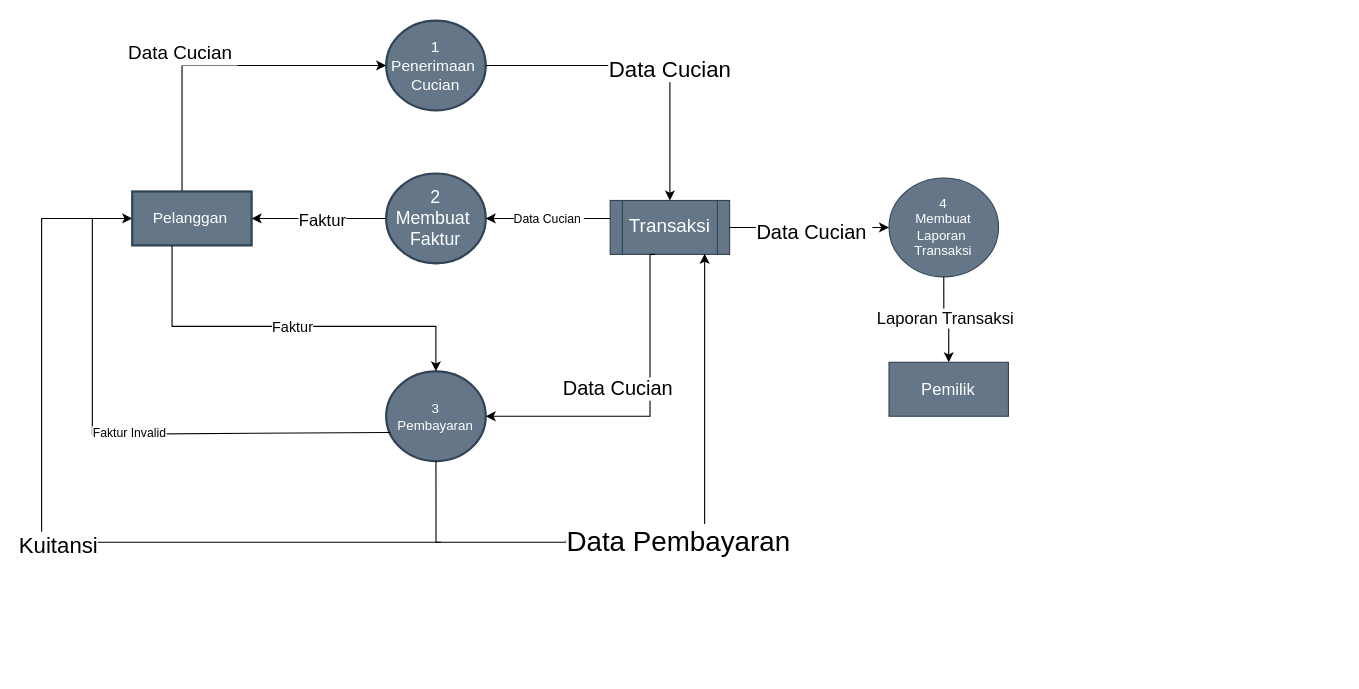
Earlier version of the draw.io diagram page "Halaman-1" (1 of 5) of Diagram Tanpa Judul.drawio (NayaRPL/78). Source tidied: cells renumbered, new cells numbered last; positions are measured from the earlier drawing's top-left corner, leaving out a move shared by most shapes. Both pictures are drawn from the tidied source at 111%, with x=0, y=0 at pixel (41, 20).
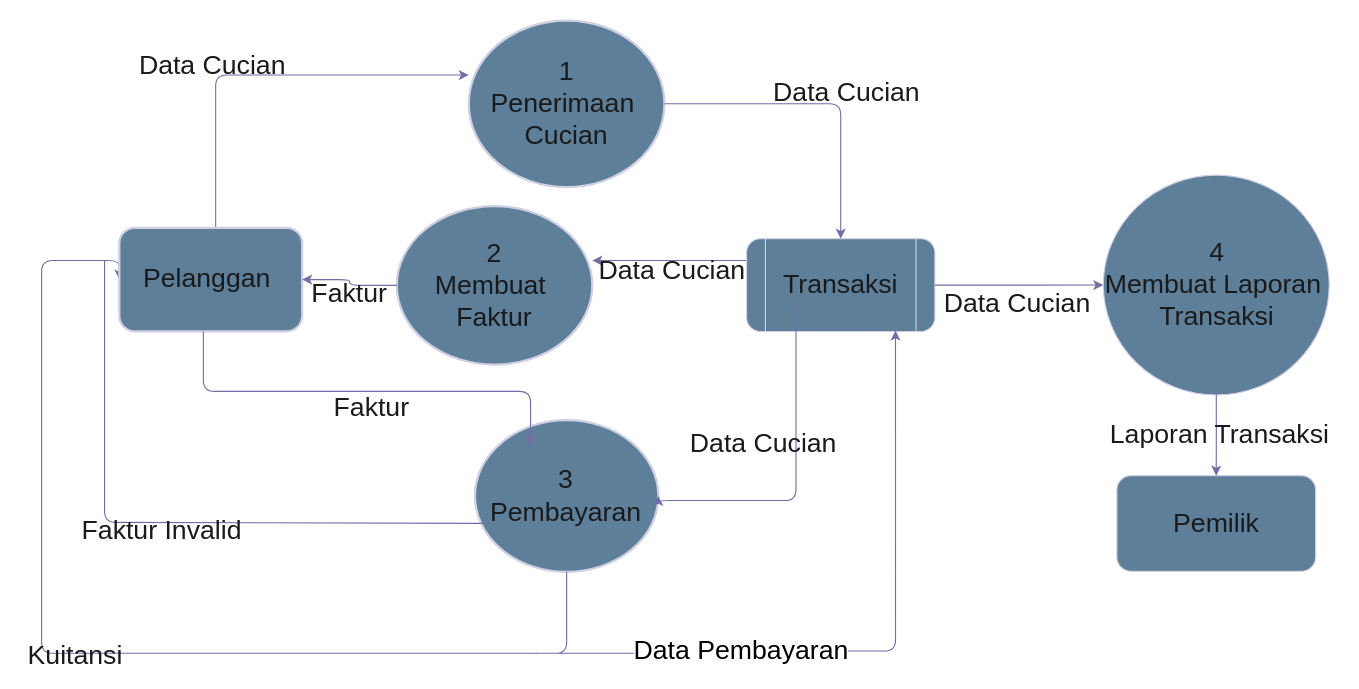
The same diagram, later.

What changed in the source:
```diff
@@
-    <mxCell id="2" style="group;" parent="1" vertex="1">
-      <mxGeometry width="871" height="470" as="geometry" />
+    <mxCell id="2" style="group;labelBackgroundColor=none;rounded=1;fontSize=24;fillColor=none;strokeWidth=6;" parent="1" vertex="1">
+      <mxGeometry width="1170" height="570" as="geometry" />
     </mxCell>
+    <mxCell id="22" value="4&lt;br style=&quot;font-size: 24px;&quot;&gt;Membuat Laporan&amp;nbsp;&lt;br style=&quot;font-size: 24px;&quot;&gt;Transaksi" style="ellipse;whiteSpace=wrap;html=1;labelBackgroundColor=none;rounded=1;fillColor=#5D7F99;strokeColor=#D0CEE2;fontColor=#1A1A1A;fontSize=24;" parent="2" vertex="1">
+      <mxGeometry x="956.5" y="139.3" width="203.5" height="198" as="geometry" />
+    </mxCell>
+    <mxCell id="25" value="&lt;font style=&quot;font-size: 24px;&quot;&gt;Pemilik&lt;/font&gt;" style="whiteSpace=wrap;html=1;labelBackgroundColor=none;rounded=1;fillColor=#5D7F99;strokeColor=#D0CEE2;fontColor=#1A1A1A;fontSize=24;" parent="2" vertex="1">
+      <mxGeometry x="968.7" y="410" width="179" height="86.2" as="geometry" />
+    </mxCell>
+    <mxCell id="32" style="group;fontSize=24;" parent="2" vertex="1">
+      <mxGeometry width="804.7" height="570" as="geometry" />
+    </mxCell>
-    <mxCell id="3" value="&lt;font style=&quot;font-size: 14px;&quot;&gt;1&lt;br&gt;Penerimaan&amp;nbsp;&lt;br&gt;Cucian&lt;/font&gt;" style="strokeWidth=2;html=1;shape=mxgraph.flowchart.start_2;whiteSpace=wrap;fillColor=#647687;fontColor=#ffffff;strokeColor=#314354;" parent="2" vertex="1">
-      <mxGeometry x="310.4" width="89.7" height="81" as="geometry" />
+    <mxCell id="3" value="&lt;font style=&quot;font-size: 24px;&quot;&gt;1&lt;br style=&quot;font-size: 24px;&quot;&gt;Penerimaan&amp;nbsp;&lt;br style=&quot;font-size: 24px;&quot;&gt;Cucian&lt;/font&gt;" style="strokeWidth=2;html=1;shape=mxgraph.flowchart.start_2;whiteSpace=wrap;labelBackgroundColor=none;rounded=1;fillColor=#5D7F99;strokeColor=#D0CEE2;fontColor=#1A1A1A;fontSize=24;" parent="32" vertex="1">
+      <mxGeometry x="384.8" width="176.3" height="150" as="geometry" />
     </mxCell>
-    <mxCell id="4" value="&lt;font style=&quot;font-size: 16px;&quot;&gt;2&lt;br&gt;Membuat&amp;nbsp;&lt;br&gt;Faktur&lt;/font&gt;" style="strokeWidth=2;html=1;shape=mxgraph.flowchart.start_2;whiteSpace=wrap;fillColor=#647687;fontColor=#ffffff;strokeColor=#314354;" parent="2" vertex="1">
-      <mxGeometry x="310.4" y="137.8" width="89.7" height="81" as="geometry" />
+    <mxCell id="4" value="&lt;font style=&quot;font-size: 24px;&quot;&gt;2&lt;br style=&quot;font-size: 24px;&quot;&gt;Membuat&amp;nbsp;&lt;br style=&quot;font-size: 24px;&quot;&gt;Faktur&lt;/font&gt;" style="strokeWidth=2;html=1;shape=mxgraph.flowchart.start_2;whiteSpace=wrap;labelBackgroundColor=none;rounded=1;fillColor=#5D7F99;strokeColor=#D0CEE2;fontColor=#1A1A1A;fontSize=24;" parent="32" vertex="1">
+      <mxGeometry x="320" y="167.1" width="176.1" height="142.9" as="geometry" />
     </mxCell>
-    <mxCell id="5" style="edgeStyle=orthogonalEdgeStyle;rounded=0;jettySize=auto;html=1;entryX=0;entryY=0.5;entryDx=0;entryDy=0;" parent="2" edge="1" target="10">
+    <mxCell id="5" style="edgeStyle=orthogonalEdgeStyle;rounded=1;jettySize=auto;html=1;entryX=0;entryY=0.5;entryDx=0;entryDy=0;labelBackgroundColor=none;fontColor=default;strokeColor=#736CA8;fontSize=24;" parent="32" edge="1" target="10">
       <mxGeometry relative="1" as="geometry">
-        <mxPoint x="359.7" y="470" as="sourcePoint" />
+        <mxPoint x="446" y="570" as="sourcePoint" />
         <Array as="points">
-          <mxPoint y="470" />
-          <mxPoint y="178.3" />
+          <mxPoint y="570" />
+          <mxPoint y="216.2" />
         </Array>
       </mxGeometry>
     </mxCell>
-    <mxCell id="6" value="&lt;font style=&quot;font-size: 20px;&quot;&gt;Kuitansi&lt;/font&gt;" style="edgeLabel;html=1;align=center;verticalAlign=middle;" parent="5" vertex="1">
+    <mxCell id="6" value="&lt;font style=&quot;font-size: 24px;&quot;&gt;Kuitansi&lt;/font&gt;" style="edgeLabel;html=1;align=center;verticalAlign=middle;labelBackgroundColor=none;rounded=1;fontColor=#1A1A1A;fontSize=24;" parent="5" vertex="1">
       <mxGeometry x="-0.06" relative="1" as="geometry">
         <mxPoint y="1" as="offset" />
       </mxGeometry>
     </mxCell>
-    <mxCell id="7" value="3&lt;br&gt;Pembayaran" style="strokeWidth=2;html=1;shape=mxgraph.flowchart.start_2;whiteSpace=wrap;fillColor=#647687;fontColor=#ffffff;strokeColor=#314354;" parent="2" vertex="1">
-      <mxGeometry x="310.4" y="316" width="89.7" height="81" as="geometry" />
+    <mxCell id="7" value="3&lt;br style=&quot;font-size: 24px;&quot;&gt;Pembayaran" style="strokeWidth=2;html=1;shape=mxgraph.flowchart.start_2;whiteSpace=wrap;labelBackgroundColor=none;rounded=1;fillColor=#5D7F99;strokeColor=#D0CEE2;fontColor=#1A1A1A;fontSize=24;" parent="32" vertex="1">
+      <mxGeometry x="390.4" y="360" width="165.2" height="136.7" as="geometry" />
     </mxCell>
-    <mxCell id="8" style="edgeStyle=orthogonalEdgeStyle;rounded=0;jettySize=auto;html=1;" parent="2" edge="1" target="3">
+    <mxCell id="8" style="edgeStyle=orthogonalEdgeStyle;rounded=1;jettySize=auto;html=1;labelBackgroundColor=none;fontColor=default;strokeColor=#736CA8;fontSize=24;" parent="32" edge="1" target="3">
       <mxGeometry relative="1" as="geometry">
-        <mxPoint x="126.5" y="154" as="sourcePoint" />
+        <mxPoint x="156.8" y="186.7" as="sourcePoint" />
         <Array as="points">
-          <mxPoint x="126.5" y="40.5" />
+          <mxPoint x="156.8" y="49.1" />
         </Array>
       </mxGeometry>
     </mxCell>
-    <mxCell id="9" value="&lt;font style=&quot;font-size: 17px;&quot;&gt;Data Cucian&amp;nbsp;&lt;/font&gt;" style="edgeLabel;html=1;align=center;verticalAlign=middle;" parent="8" vertex="1">
+    <mxCell id="9" value="&lt;font style=&quot;font-size: 24px;&quot;&gt;Data Cucian&amp;nbsp;&lt;/font&gt;" style="edgeLabel;html=1;align=center;verticalAlign=middle;labelBackgroundColor=none;rounded=1;fontColor=#1A1A1A;fontSize=24;" parent="8" vertex="1">
       <mxGeometry x="-0.4" relative="1" as="geometry">
         <mxPoint y="-36" as="offset" />
       </mxGeometry>
     </mxCell>
-    <mxCell id="10" value="&lt;font style=&quot;font-size: 14px;&quot;&gt;Pelanggan&amp;nbsp;&lt;/font&gt;" style="whiteSpace=wrap;html=1;strokeWidth=2;fillColor=#647687;fontColor=#ffffff;strokeColor=#314354;" parent="2" vertex="1">
-      <mxGeometry x="81.6" y="154" width="107.6" height="48.6" as="geometry" />
+    <mxCell id="10" value="&lt;font style=&quot;font-size: 24px;&quot;&gt;Pelanggan&amp;nbsp;&lt;/font&gt;" style="whiteSpace=wrap;html=1;strokeWidth=2;labelBackgroundColor=none;rounded=1;fillColor=#5D7F99;strokeColor=#D0CEE2;fontColor=#1A1A1A;fontSize=24;" parent="32" vertex="1">
+      <mxGeometry x="70" y="186.7" width="164.7" height="93.3" as="geometry" />
     </mxCell>
-    <mxCell id="11" style="edgeStyle=orthogonalEdgeStyle;rounded=0;jettySize=auto;html=1;" parent="2" edge="1" source="4" target="10">
+    <mxCell id="11" style="edgeStyle=orthogonalEdgeStyle;rounded=1;jettySize=auto;html=1;labelBackgroundColor=none;fontColor=default;strokeColor=#736CA8;fontSize=24;" parent="32" edge="1" source="4" target="10">
       <mxGeometry relative="1" as="geometry" />
     </mxCell>
-    <mxCell id="12" value="&lt;font style=&quot;font-size: 15px;&quot;&gt;Faktur&lt;/font&gt;" style="edgeLabel;html=1;align=center;verticalAlign=middle;" parent="11" vertex="1">
-      <mxGeometry x="-0.05" y="1" relative="1" as="geometry" />
+    <mxCell id="12" value="&lt;font style=&quot;font-size: 24px;&quot;&gt;Faktur&lt;/font&gt;" style="edgeLabel;html=1;align=center;verticalAlign=middle;labelBackgroundColor=none;rounded=1;fontColor=#1A1A1A;fontSize=24;" parent="11" vertex="1">
+      <mxGeometry x="-0.05" y="1" relative="1" as="geometry">
+        <mxPoint y="7" as="offset" />
+      </mxGeometry>
     </mxCell>
-    <mxCell id="13" style="edgeStyle=orthogonalEdgeStyle;rounded=0;jettySize=auto;html=1;fontSize=13;" parent="2" edge="1" source="10">
+    <mxCell id="13" style="edgeStyle=orthogonalEdgeStyle;rounded=1;jettySize=auto;html=1;fontSize=24;labelBackgroundColor=none;fontColor=default;strokeColor=#736CA8;" parent="32" edge="1" source="10">
       <mxGeometry relative="1" as="geometry">
-        <mxPoint x="355.2" y="316" as="targetPoint" />
+        <mxPoint x="440.5" y="383.3" as="targetPoint" />
         <Array as="points">
-          <mxPoint x="117.5" y="275.5" />
-          <mxPoint x="355.2" y="275.5" />
+          <mxPoint x="145.7" y="334.1" />
+          <mxPoint x="440.5" y="334.1" />
         </Array>
       </mxGeometry>
     </mxCell>
-    <mxCell id="14" value="&lt;font style=&quot;font-size: 13px;&quot;&gt;Faktur&lt;/font&gt;" style="edgeLabel;html=1;align=center;verticalAlign=middle;" parent="13" vertex="1">
-      <mxGeometry x="0.03" relative="1" as="geometry" />
+    <mxCell id="14" value="&lt;font style=&quot;font-size: 24px;&quot;&gt;Faktur&lt;/font&gt;" style="edgeLabel;html=1;align=center;verticalAlign=middle;labelBackgroundColor=none;rounded=1;fontColor=#1A1A1A;fontSize=24;" parent="13" vertex="1">
+      <mxGeometry x="0.03" relative="1" as="geometry">
+        <mxPoint y="14" as="offset" />
+      </mxGeometry>
     </mxCell>
-    <mxCell id="15" style="edgeStyle=orthogonalEdgeStyle;rounded=0;jettySize=auto;html=1;" parent="2" edge="1" source="17" target="4">
+    <mxCell id="15" style="edgeStyle=orthogonalEdgeStyle;rounded=1;jettySize=auto;html=1;labelBackgroundColor=none;fontColor=default;strokeColor=#736CA8;fontSize=24;" parent="32" edge="1" source="17" target="4">
       <mxGeometry relative="1" as="geometry">
         <Array as="points">
-          <mxPoint x="476.3" y="178.3" />
-          <mxPoint x="476.3" y="178.3" />
+          <mxPoint x="590.6" y="216.2" />
+          <mxPoint x="590.6" y="216.2" />
         </Array>
       </mxGeometry>
     </mxCell>
-    <mxCell id="16" value="Data Cucian&amp;nbsp;" style="edgeLabel;html=1;align=center;verticalAlign=middle;" parent="15" vertex="1">
+    <mxCell id="16" value="Data Cucian&amp;nbsp;" style="edgeLabel;html=1;align=center;verticalAlign=middle;labelBackgroundColor=none;rounded=1;fontColor=#1A1A1A;fontSize=24;" parent="15" vertex="1">
       <mxGeometry x="-0.33" y="-1" relative="1" as="geometry">
-        <mxPoint x="-18" y="1" as="offset" />
+        <mxPoint x="-18" y="9" as="offset" />
       </mxGeometry>
     </mxCell>
-    <mxCell id="17" value="&lt;font style=&quot;font-size: 17px;&quot;&gt;Transaksi&lt;/font&gt;" style="shape=process;whiteSpace=wrap;html=1;backgroundOutline=1;fillColor=#647687;fontColor=#ffffff;strokeColor=#314354;" parent="2" vertex="1">
-      <mxGeometry x="512.2" y="162.1" width="107.6" height="48.6" as="geometry" />
+    <mxCell id="17" value="&lt;font style=&quot;font-size: 24px;&quot;&gt;Transaksi&lt;/font&gt;" style="shape=process;whiteSpace=wrap;html=1;backgroundOutline=1;labelBackgroundColor=none;rounded=1;fillColor=#5D7F99;strokeColor=#D0CEE2;fontColor=#1A1A1A;fontSize=24;" parent="32" vertex="1">
+      <mxGeometry x="635.1" y="196.6" width="169.6" height="83.5" as="geometry" />
     </mxCell>
-    <mxCell id="18" style="edgeStyle=orthogonalEdgeStyle;rounded=0;jettySize=auto;html=1;entryX=0.5;entryY=0;entryDx=0;entryDy=0;" parent="2" edge="1" source="3" target="17">
+    <mxCell id="18" style="edgeStyle=orthogonalEdgeStyle;rounded=1;jettySize=auto;html=1;entryX=0.5;entryY=0;entryDx=0;entryDy=0;labelBackgroundColor=none;fontColor=default;strokeColor=#736CA8;fontSize=24;" parent="32" edge="1" source="3" target="17">
       <mxGeometry relative="1" as="geometry" />
     </mxCell>
-    <mxCell id="19" value="&lt;font style=&quot;font-size: 20px;&quot;&gt;Data Cucian&lt;/font&gt;" style="edgeLabel;html=1;align=center;verticalAlign=middle;" parent="18" vertex="1">
-      <mxGeometry x="0.17" y="-1" relative="1" as="geometry" />
+    <mxCell id="19" value="&lt;font style=&quot;font-size: 24px;&quot;&gt;Data Cucian&lt;/font&gt;" style="edgeLabel;html=1;align=center;verticalAlign=middle;labelBackgroundColor=none;rounded=1;fontColor=#1A1A1A;fontSize=24;" parent="18" vertex="1">
+      <mxGeometry x="0.17" y="-1" relative="1" as="geometry">
+        <mxPoint x="6" y="-16" as="offset" />
+      </mxGeometry>
     </mxCell>
-    <mxCell id="20" style="edgeStyle=orthogonalEdgeStyle;rounded=0;jettySize=auto;html=1;exitX=0.5;exitY=1;exitDx=0;exitDy=0;exitPerimeter=0;entryX=0.791;entryY=0.99;entryDx=0;entryDy=0;entryPerimeter=0;" parent="2" edge="1" source="7" target="17">
+    <mxCell id="20" style="edgeStyle=orthogonalEdgeStyle;rounded=1;jettySize=auto;html=1;exitX=0.5;exitY=1;exitDx=0;exitDy=0;exitPerimeter=0;entryX=0.791;entryY=0.99;entryDx=0;entryDy=0;entryPerimeter=0;labelBackgroundColor=none;fontColor=default;strokeColor=#736CA8;fontSize=24;" parent="32" edge="1" source="7" target="17">
       <mxGeometry relative="1" as="geometry">
         <Array as="points">
-          <mxPoint x="355.2" y="470" />
-          <mxPoint x="472.7" y="470" />
-          <mxPoint x="472.7" y="468.4" />
-          <mxPoint x="597.4" y="468.4" />
+          <mxPoint x="440.5" y="570" />
+          <mxPoint x="586.2" y="570" />
+          <mxPoint x="586.2" y="568" />
+          <mxPoint x="740.8" y="568" />
         </Array>
       </mxGeometry>
     </mxCell>
-    <mxCell id="21" value="&lt;font style=&quot;font-size: 25px;&quot;&gt;Data Pembayaran&amp;nbsp;&lt;/font&gt;" style="edgeLabel;html=1;align=center;verticalAlign=middle;" parent="20" vertex="1">
-      <mxGeometry x="0.03" y="1" relative="1" as="geometry" />
+    <mxCell id="21" value="Data Pembayaran" style="edgeLabel;html=1;align=center;verticalAlign=middle;fontSize=24;" parent="20" vertex="1">
+      <mxGeometry x="-0.18" y="1" relative="1" as="geometry" />
     </mxCell>
-    <mxCell id="22" value="4&lt;br&gt;Membuat Laporan&amp;nbsp;&lt;br&gt;Transaksi" style="ellipse;whiteSpace=wrap;html=1;fillColor=#647687;fontColor=#ffffff;strokeColor=#314354;" parent="2" vertex="1">
-      <mxGeometry x="763.4" y="141.8" width="98.7" height="89.1" as="geometry" />
-    </mxCell>
-    <mxCell id="23" style="edgeStyle=orthogonalEdgeStyle;rounded=0;jettySize=auto;html=1;" parent="2" edge="1" source="17" target="22">
+    <mxCell id="23" style="edgeStyle=orthogonalEdgeStyle;rounded=1;jettySize=auto;html=1;labelBackgroundColor=none;fontColor=default;strokeColor=#736CA8;fontSize=24;" parent="32" edge="1" source="17" target="22">
       <mxGeometry relative="1" as="geometry" />
     </mxCell>
-    <mxCell id="24" value="&lt;font style=&quot;font-size: 18px;&quot;&gt;Data Cucian&amp;nbsp;&lt;/font&gt;" style="edgeLabel;html=1;align=center;verticalAlign=middle;" parent="23" vertex="1">
-      <mxGeometry x="0.06" y="-4" relative="1" as="geometry" />
+    <mxCell id="24" value="&lt;font style=&quot;font-size: 24px;&quot;&gt;Data Cucian&amp;nbsp;&lt;/font&gt;" style="edgeLabel;html=1;align=center;verticalAlign=middle;labelBackgroundColor=none;rounded=1;fontColor=#1A1A1A;fontSize=24;" parent="23" vertex="1">
+      <mxGeometry x="0.06" y="-4" relative="1" as="geometry">
+        <mxPoint x="-4" y="12" as="offset" />
+      </mxGeometry>
     </mxCell>
-    <mxCell id="25" value="&lt;font style=&quot;font-size: 15px;&quot;&gt;Pemilik&lt;/font&gt;" style="whiteSpace=wrap;html=1;fillColor=#647687;fontColor=#ffffff;strokeColor=#314354;" parent="2" vertex="1">
-      <mxGeometry x="763.4" y="307.9" width="107.6" height="48.6" as="geometry" />
-    </mxCell>
-    <mxCell id="26" style="edgeStyle=orthogonalEdgeStyle;rounded=0;jettySize=auto;html=1;" parent="2" edge="1" source="22" target="25">
+    <mxCell id="26" style="edgeStyle=orthogonalEdgeStyle;rounded=1;jettySize=auto;html=1;labelBackgroundColor=none;fontColor=default;strokeColor=#736CA8;fontSize=24;" parent="32" edge="1" source="22" target="25">
       <mxGeometry relative="1" as="geometry" />
     </mxCell>
-    <mxCell id="27" value="&lt;font style=&quot;font-size: 15px;&quot;&gt;Laporan Transaksi&lt;/font&gt;" style="edgeLabel;html=1;align=center;verticalAlign=middle;" parent="26" vertex="1">
+    <mxCell id="27" value="&lt;font style=&quot;font-size: 24px;&quot;&gt;Laporan Transaksi&lt;/font&gt;" style="edgeLabel;html=1;align=center;verticalAlign=middle;labelBackgroundColor=none;rounded=1;fontColor=#1A1A1A;fontSize=24;" parent="26" vertex="1">
       <mxGeometry x="-0.04" y="2" relative="1" as="geometry" />
     </mxCell>
-    <mxCell id="28" style="edgeStyle=orthogonalEdgeStyle;rounded=0;jettySize=auto;html=1;entryX=1;entryY=0.5;entryDx=0;entryDy=0;entryPerimeter=0;" parent="2" edge="1" target="7">
+    <mxCell id="28" style="edgeStyle=orthogonalEdgeStyle;rounded=1;jettySize=auto;html=1;entryX=1;entryY=0.5;entryDx=0;entryDy=0;entryPerimeter=0;labelBackgroundColor=none;fontColor=default;strokeColor=#736CA8;fontSize=24;" parent="32" edge="1" target="7">
       <mxGeometry relative="1" as="geometry">
-        <mxPoint x="552.6" y="210.7" as="sourcePoint" />
+        <mxPoint x="685.1" y="255.5" as="sourcePoint" />
         <Array as="points">
-          <mxPoint x="548.1" y="211.5" />
-          <mxPoint x="548.1" y="356.6" />
+          <mxPoint x="679.6" y="256.5" />
+          <mxPoint x="679.6" y="432.4" />
         </Array>
       </mxGeometry>
     </mxCell>
-    <mxCell id="29" value="&lt;font style=&quot;font-size: 18px;&quot;&gt;Data Cucian&lt;/font&gt;" style="edgeLabel;html=1;align=center;verticalAlign=middle;" parent="28" vertex="1">
+    <mxCell id="29" value="&lt;font style=&quot;font-size: 24px;&quot;&gt;Data Cucian&lt;/font&gt;" style="edgeLabel;html=1;align=center;verticalAlign=middle;labelBackgroundColor=none;rounded=1;fontColor=#1A1A1A;fontSize=24;" parent="28" vertex="1">
       <mxGeometry x="-0.16" y="4" relative="1" as="geometry">
         <mxPoint x="-34" as="offset" />
       </mxGeometry>
     </mxCell>
-    <mxCell id="30" style="endArrow=none;html=1;rounded=0;entryX=0.043;entryY=0.68;entryDx=0;entryDy=0;entryPerimeter=0;" parent="2" edge="1" target="7">
+    <mxCell id="30" style="endArrow=none;html=1;rounded=1;entryX=0.043;entryY=0.68;entryDx=0;entryDy=0;entryPerimeter=0;labelBackgroundColor=none;fontColor=default;strokeColor=#736CA8;fontSize=24;" parent="32" edge="1" target="7">
       <mxGeometry relative="1" as="geometry">
-        <mxPoint x="45.7" y="178.3" as="sourcePoint" />
+        <mxPoint x="56.7" y="216.2" as="sourcePoint" />
         <Array as="points">
-          <mxPoint x="45.7" y="372.8" />
+          <mxPoint x="56.7" y="452.1" />
         </Array>
       </mxGeometry>
     </mxCell>
-    <mxCell id="31" value="Faktur Invalid" style="edgeLabel;html=1;align=center;verticalAlign=middle;" parent="30" vertex="1">
-      <mxGeometry x="-0.02" y="1" relative="1" as="geometry" />
+    <mxCell id="31" value="Faktur Invalid" style="edgeLabel;html=1;align=center;verticalAlign=middle;labelBackgroundColor=none;rounded=1;fontColor=#1A1A1A;fontSize=24;" parent="30" vertex="1">
+      <mxGeometry x="-0.02" y="1" relative="1" as="geometry">
+        <mxPoint x="4" y="8" as="offset" />
+      </mxGeometry>
     </mxCell>
```
